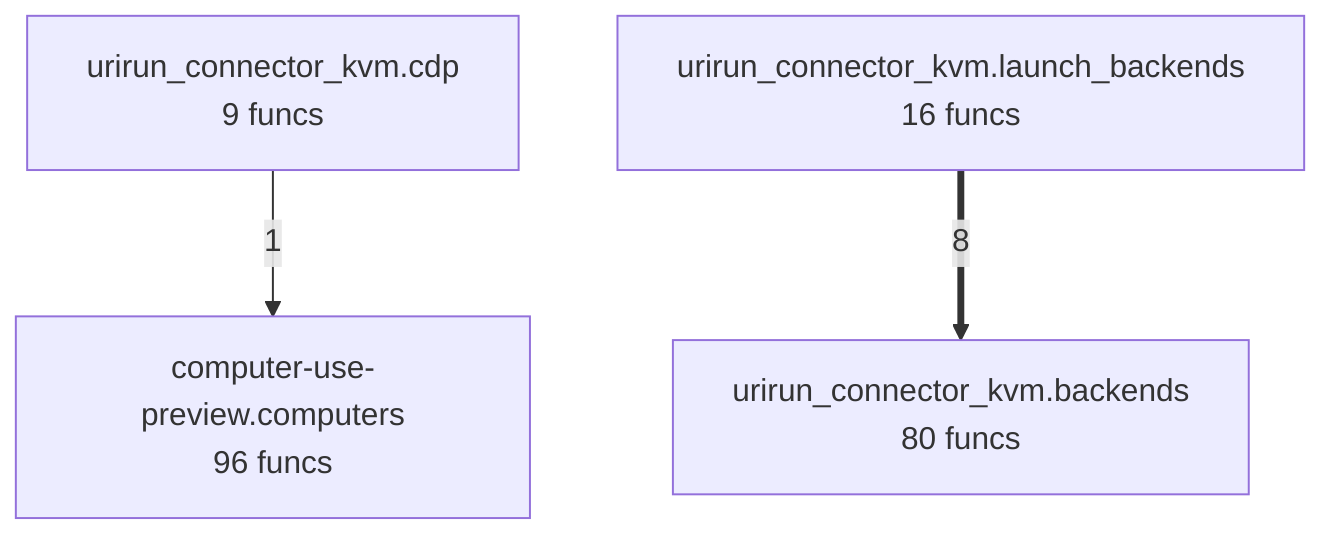
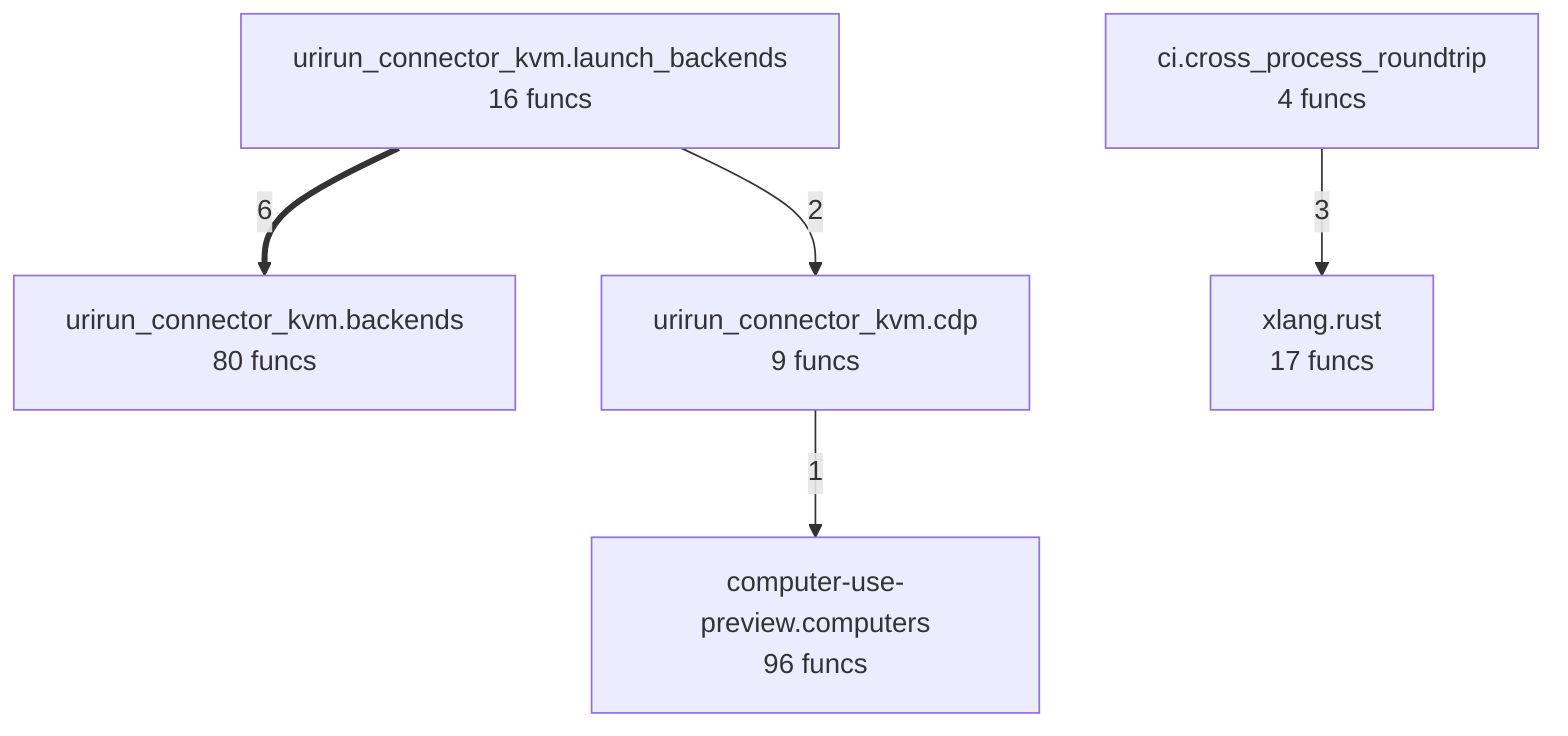
flowchart TD
%% generated in 0.01s
+     ci__cross_process_roundtrip["ci.cross_process_roundtrip<br/>4 funcs"]
    computer_use_preview__computers["computer-use-preview.computers<br/>96 funcs"]
    urirun_connector_kvm__backends["urirun_connector_kvm.backends<br/>80 funcs"]
    urirun_connector_kvm__cdp["urirun_connector_kvm.cdp<br/>9 funcs"]
    urirun_connector_kvm__launch_backends["urirun_connector_kvm.launch_backends<br/>16 funcs"]
-     urirun_connector_kvm__launch_backends ==>|8| urirun_connector_kvm__backends
+     xlang__rust["xlang.rust<br/>17 funcs"]
+     urirun_connector_kvm__launch_backends ==>|6| urirun_connector_kvm__backends
+     ci__cross_process_roundtrip -->|3| xlang__rust
+     urirun_connector_kvm__launch_backends -->|2| urirun_connector_kvm__cdp
    urirun_connector_kvm__cdp -->|1| computer_use_preview__computers
